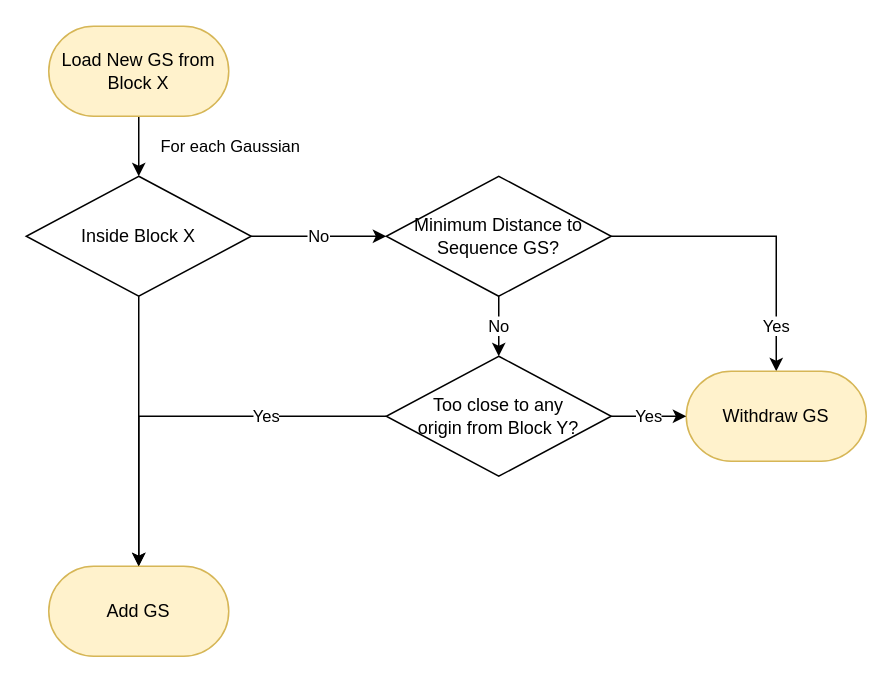
The draw.io diagram figures/methods/block_gs/flowchart_block_gs.drawio in MtzgrSaerdna/figures_masterthesis, before the edit. Source tidied: cells renumbered, new cells numbered last; positions are measured from the earlier drawing's top-left corner, leaving out a move shared by most shapes. Both pictures are drawn from the tidied source at 150%, with x=0, y=0 at pixel (26, 26).
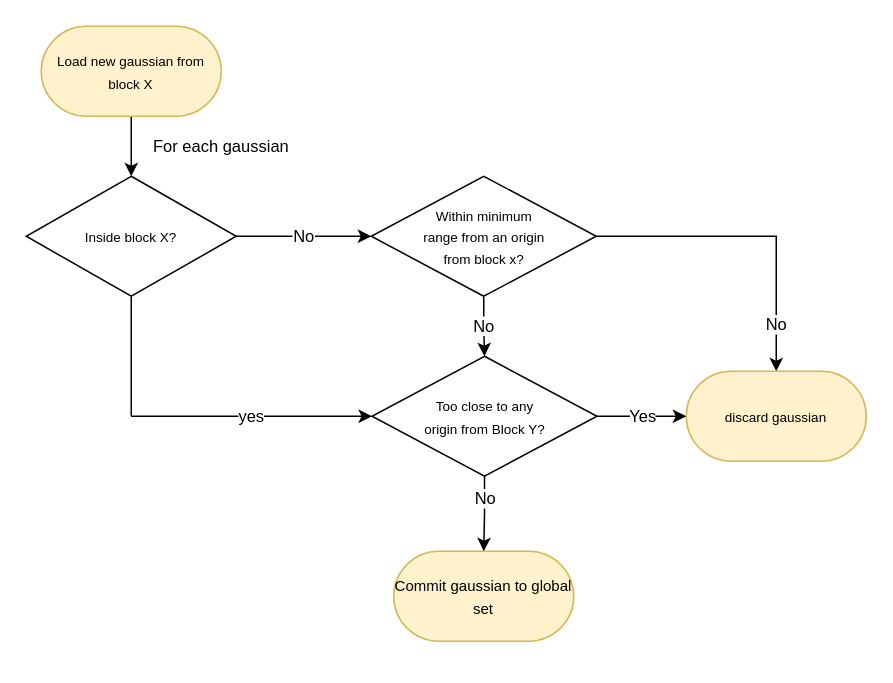
The same page after the edit.

Change to the diagram source:
```diff
@@
 <mxGraphModel>
   <root>
     <mxCell id="0" />
     <mxCell id="1" parent="0" />
     <mxCell id="2" value="No" style="edgeStyle=orthogonalEdgeStyle;rounded=0;jettySize=auto;html=1;" parent="1" edge="1" source="4" target="14">
       <mxGeometry relative="1" as="geometry" />
     </mxCell>
-    <mxCell id="3" value="Yes" style="edgeStyle=orthogonalEdgeStyle;rounded=0;jettySize=auto;html=1;exitX=0;exitY=0.5;exitDx=0;exitDy=0;entryX=0.5;entryY=0;entryDx=0;entryDy=0;" parent="1" edge="1" source="4" target="11">
+    <mxCell id="3" value="No" style="edgeStyle=orthogonalEdgeStyle;rounded=0;jettySize=auto;html=1;exitX=0;exitY=0.5;exitDx=0;exitDy=0;entryX=0.5;entryY=0;entryDx=0;entryDy=0;" parent="1" edge="1" source="4" target="11">
       <mxGeometry x="0.7" relative="1" as="geometry" />
     </mxCell>
-    <mxCell id="4" value="Minimum Distance to&lt;br&gt;Sequence GS?" style="rhombus;whiteSpace=wrap;html=1;align=center;direction=west;" parent="1" vertex="1">
-      <mxGeometry x="240" y="100" width="150" height="80" as="geometry" />
+    <mxCell id="4" style="rhombus;whiteSpace=wrap;html=1;align=center;direction=west;" parent="1" vertex="1">
+      <mxGeometry x="230" y="100" width="150" height="80" as="geometry" />
     </mxCell>
-    <mxCell id="5" value="For each Gaussian" style="edgeStyle=orthogonalEdgeStyle;rounded=0;jettySize=auto;html=1;align=left;labelPosition=right;verticalLabelPosition=middle;verticalAlign=middle;spacing=0;textDirection=ltr;" parent="1" edge="1" source="6" target="9">
+    <mxCell id="5" value="For each gaussian" style="edgeStyle=orthogonalEdgeStyle;rounded=0;jettySize=auto;html=1;align=left;labelPosition=right;verticalLabelPosition=middle;verticalAlign=middle;spacing=0;textDirection=ltr;" parent="1" edge="1" source="6" target="9">
       <mxGeometry y="15" relative="1" as="geometry" />
     </mxCell>
-    <mxCell id="6" value="&lt;font&gt;Load New GS&lt;/font&gt;&amp;nbsp;from Block X" style="rounded=1;whiteSpace=wrap;html=1;fillColor=#fff2cc;strokeColor=#d6b656;shadow=0;glass=0;arcSize=50;" parent="1" vertex="1">
-      <mxGeometry x="15" width="120" height="60" as="geometry" />
+    <mxCell id="6" value="&lt;font style=&quot;font-size: 9px;&quot;&gt;Load new gaussian from block X&lt;/font&gt;" style="rounded=1;whiteSpace=wrap;html=1;fillColor=#fff2cc;strokeColor=#d6b656;shadow=0;glass=0;arcSize=50;" parent="1" vertex="1">
+      <mxGeometry x="10" width="120" height="60" as="geometry" />
     </mxCell>
     <mxCell id="7" value="No" style="edgeStyle=orthogonalEdgeStyle;rounded=0;jettySize=auto;html=1;" parent="1" edge="1" source="9" target="4">
       <mxGeometry relative="1" as="geometry" />
     </mxCell>
-    <mxCell id="8" style="edgeStyle=orthogonalEdgeStyle;rounded=0;jettySize=auto;html=1;exitX=0.5;exitY=1;exitDx=0;exitDy=0;entryX=0.5;entryY=0;entryDx=0;entryDy=0;" parent="1" edge="1" source="9" target="10">
-      <mxGeometry relative="1" as="geometry" />
-    </mxCell>
-    <mxCell id="9" value="Inside Block X" style="rhombus;whiteSpace=wrap;html=1;" parent="1" vertex="1">
-      <mxGeometry y="100" width="150" height="80" as="geometry" />
+    <mxCell id="9" value="&lt;font style=&quot;font-size: 9px;&quot;&gt;Inside block X?&lt;/font&gt;" style="rhombus;whiteSpace=wrap;html=1;" parent="1" vertex="1">
+      <mxGeometry y="100" width="140" height="80" as="geometry" />
     </mxCell>
-    <mxCell id="10" value="Add GS" style="rounded=1;whiteSpace=wrap;html=1;fillColor=#fff2cc;strokeColor=#d6b656;arcSize=50;" parent="1" vertex="1">
-      <mxGeometry x="15" y="360" width="120" height="60" as="geometry" />
+    <mxCell id="10" value="&lt;font size=&quot;1&quot;&gt;Commit gaussian to global set&lt;/font&gt;" style="rounded=1;whiteSpace=wrap;html=1;fillColor=#fff2cc;strokeColor=#d6b656;arcSize=50;" parent="1" vertex="1">
+      <mxGeometry x="245" y="350" width="120" height="60" as="geometry" />
     </mxCell>
-    <mxCell id="11" value="Withdraw GS" style="rounded=1;whiteSpace=wrap;html=1;fillColor=#fff2cc;strokeColor=#d6b656;shadow=0;glass=0;arcSize=50;" parent="1" vertex="1">
+    <mxCell id="11" value="&lt;font style=&quot;font-size: 9px;&quot;&gt;discard gaussian&lt;/font&gt;" style="rounded=1;whiteSpace=wrap;html=1;fillColor=#fff2cc;strokeColor=#d6b656;shadow=0;glass=0;arcSize=50;" parent="1" vertex="1">
       <mxGeometry x="440" y="230" width="120" height="60" as="geometry" />
     </mxCell>
-    <mxCell id="12" value="Yes" style="edgeStyle=orthogonalEdgeStyle;rounded=0;jettySize=auto;html=1;entryX=0.5;entryY=0;entryDx=0;entryDy=0;" parent="1" edge="1" source="14" target="10">
+    <mxCell id="12" value="No" style="edgeStyle=orthogonalEdgeStyle;rounded=0;jettySize=auto;html=1;entryX=0.5;entryY=0;entryDx=0;entryDy=0;" parent="1" edge="1" source="14" target="10">
       <mxGeometry x="-0.4" relative="1" as="geometry" />
     </mxCell>
     <mxCell id="13" value="Yes" style="edgeStyle=orthogonalEdgeStyle;rounded=0;jettySize=auto;html=1;entryX=0;entryY=0.5;entryDx=0;entryDy=0;" parent="1" edge="1" source="14" target="11">
       <mxGeometry relative="1" as="geometry" />
     </mxCell>
-    <mxCell id="14" value="Too close to any&lt;br&gt;origin from Block Y?" style="rhombus;whiteSpace=wrap;html=1;align=center;verticalAlign=middle;labelPosition=center;verticalLabelPosition=middle;" parent="1" vertex="1">
-      <mxGeometry x="240" y="220" width="150" height="80" as="geometry" />
+    <mxCell id="14" value="&lt;font style=&quot;font-size: 9px;&quot;&gt;Too close to any&lt;br&gt;origin from Block Y?&lt;/font&gt;" style="rhombus;whiteSpace=wrap;html=1;align=center;verticalAlign=middle;labelPosition=center;verticalLabelPosition=middle;" parent="1" vertex="1">
+      <mxGeometry x="230.5" y="220" width="150" height="80" as="geometry" />
     </mxCell>
+    <mxCell id="15" style="endArrow=none;html=1;rounded=0;entryX=0.5;entryY=1;entryDx=0;entryDy=0;" parent="1" edge="1" target="9">
+      <mxGeometry relative="1" as="geometry">
+        <mxPoint x="70" y="260" as="sourcePoint" />
+      </mxGeometry>
+    </mxCell>
+    <mxCell id="16" value="yes" style="endArrow=classic;html=1;rounded=0;entryX=0;entryY=0.5;entryDx=0;entryDy=0;" parent="1" edge="1" target="14">
+      <mxGeometry relative="1" as="geometry">
+        <mxPoint x="70" y="260" as="sourcePoint" />
+      </mxGeometry>
+    </mxCell>
+    <mxCell id="17" value="&lt;font style=&quot;font-size: 9px;&quot;&gt;Within minimum range from an origin from block x?&lt;/font&gt;" style="text;html=1;whiteSpace=wrap;strokeColor=none;fillColor=none;align=center;verticalAlign=middle;rounded=0;" parent="1" vertex="1">
+      <mxGeometry x="263" y="120" width="85" height="40" as="geometry" />
+    </mxCell>
   </root>
 </mxGraphModel>
```
